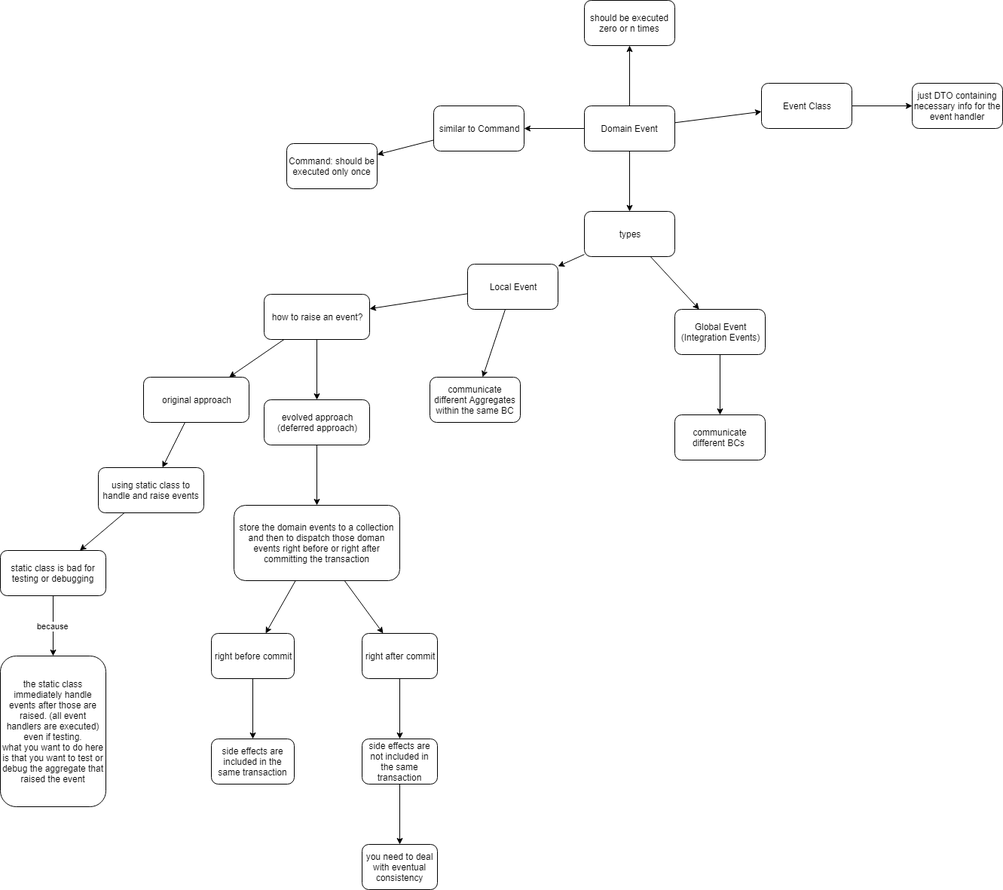
The draw.io diagram DDD_Domain_Event_Overview.PNG in stsiwo/ddd_concept, before a commit. Source tidied: cells renumbered, new cells last; positions are measured from the earlier drawing's top-left corner, leaving out a move shared by most shapes.
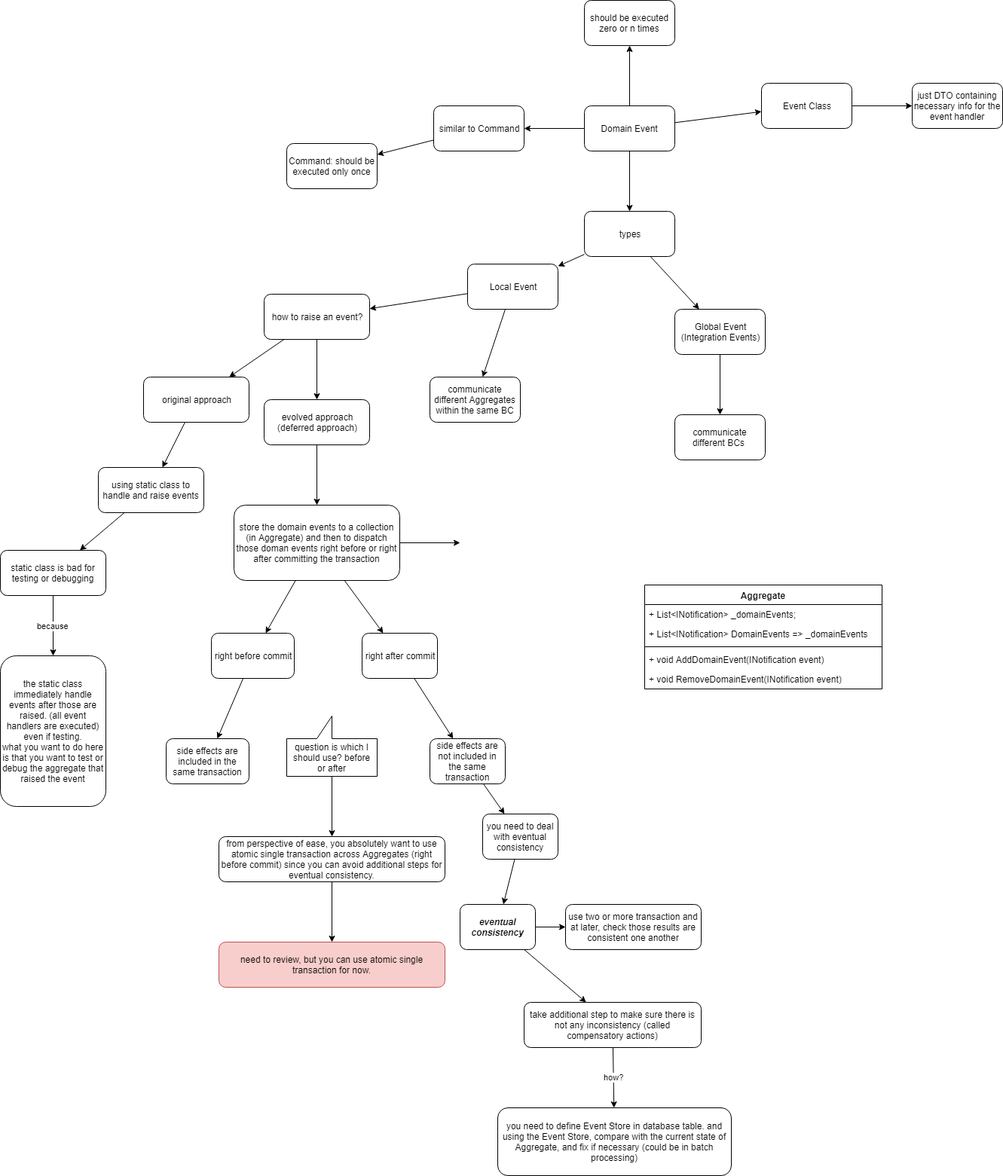
Later version of the same file.

The edit, as a diff of the source:
```diff
@@ -77,7 +77,12 @@
     <mxCell id="26" style="edgeStyle=none;rounded=0;jettySize=auto;html=1;" parent="1" edge="1" source="27" target="43">
       <mxGeometry relative="1" as="geometry" />
     </mxCell>
+    <mxCell id="47" style="edgeStyle=none;rounded=0;jettySize=auto;html=1;" parent="1" edge="1" source="27">
+      <mxGeometry relative="1" as="geometry">
+        <mxPoint x="610" y="720" as="targetPoint" />
+      </mxGeometry>
+    </mxCell>
-    <mxCell id="27" value="store the domain events to a collection and then to dispatch those doman events right before or right after committing the transaction" style="rounded=1;whiteSpace=wrap;html=1;" parent="1" vertex="1">
+    <mxCell id="27" value="store the domain events to a collection (in Aggregate) and then to dispatch those doman events right before or right after committing the transaction" style="rounded=1;whiteSpace=wrap;html=1;" parent="1" vertex="1">
       <mxGeometry x="310" y="670" width="220" height="100" as="geometry" />
     </mxCell>
     <mxCell id="28" style="edgeStyle=none;rounded=0;jettySize=auto;html=1;" parent="1" edge="1" source="29" target="30">
@@ -87,7 +92,7 @@
       <mxGeometry x="280" y="840" width="110" height="60" as="geometry" />
     </mxCell>
     <mxCell id="30" value="side effects are included in the same transaction" style="rounded=1;whiteSpace=wrap;html=1;" parent="1" vertex="1">
-      <mxGeometry x="280" y="980" width="110" height="60" as="geometry" />
+      <mxGeometry x="220" y="980" width="110" height="60" as="geometry" />
     </mxCell>
     <mxCell id="31" style="edgeStyle=none;rounded=0;jettySize=auto;html=1;" parent="1" edge="1" source="32" target="34">
       <mxGeometry relative="1" as="geometry" />
@@ -132,10 +137,67 @@
       <mxGeometry relative="1" as="geometry" />
     </mxCell>
     <mxCell id="45" value="side effects are not included in the same transaction" style="rounded=1;whiteSpace=wrap;html=1;" parent="1" vertex="1">
-      <mxGeometry x="480" y="980" width="100" height="60" as="geometry" />
+      <mxGeometry x="570" y="980" width="100" height="60" as="geometry" />
     </mxCell>
+    <mxCell id="48" style="edgeStyle=none;rounded=0;jettySize=auto;html=1;" parent="1" edge="1" source="46" target="51">
+      <mxGeometry relative="1" as="geometry" />
+    </mxCell>
     <mxCell id="46" value="you need to deal with eventual consistency" style="rounded=1;whiteSpace=wrap;html=1;" parent="1" vertex="1">
-      <mxGeometry x="480" y="1120" width="100" height="60" as="geometry" />
+      <mxGeometry x="640" y="1080" width="100" height="60" as="geometry" />
     </mxCell>
+    <mxCell id="49" style="edgeStyle=none;rounded=0;jettySize=auto;html=1;" parent="1" edge="1" source="51" target="61">
+      <mxGeometry relative="1" as="geometry" />
+    </mxCell>
+    <mxCell id="50" style="edgeStyle=none;rounded=0;jettySize=auto;html=1;" parent="1" edge="1" source="51" target="53">
+      <mxGeometry relative="1" as="geometry" />
+    </mxCell>
+    <mxCell id="51" value="&lt;b&gt;&lt;i&gt;eventual consistency&lt;/i&gt;&lt;/b&gt;" style="rounded=1;whiteSpace=wrap;html=1;" parent="1" vertex="1">
+      <mxGeometry x="610" y="1200" width="100" height="60" as="geometry" />
+    </mxCell>
+    <mxCell id="52" value="how?" style="edgeStyle=none;rounded=0;jettySize=auto;html=1;" parent="1" edge="1" source="53" target="54">
+      <mxGeometry relative="1" as="geometry" />
+    </mxCell>
+    <mxCell id="53" value="take additional step to make sure there is not any inconsistency (called compensatory actions)" style="rounded=1;whiteSpace=wrap;html=1;" parent="1" vertex="1">
+      <mxGeometry x="695" y="1330" width="235" height="60" as="geometry" />
+    </mxCell>
+    <mxCell id="54" value="you need to define Event Store in database table. and using the Event Store, compare with the current state of Aggregate, and fix if necessary (could be in batch processing)" style="rounded=1;whiteSpace=wrap;html=1;" parent="1" vertex="1">
+      <mxGeometry x="660" y="1470" width="310" height="90" as="geometry" />
+    </mxCell>
+    <mxCell id="55" value="Aggregate" style="swimlane;fontStyle=1;align=center;verticalAlign=top;horizontal=1;startSize=26;" parent="1" vertex="1">
+      <mxGeometry x="855" y="776" width="315" height="138" as="geometry" />
+    </mxCell>
+    <mxCell id="56" value="+ List&lt;INotification&gt; _domainEvents;&#10;" style="text;strokeColor=none;fillColor=none;align=left;verticalAlign=top;spacingLeft=4;spacingRight=4;overflow=hidden;" parent="55" vertex="1">
+      <mxGeometry y="26" width="315" height="26" as="geometry" />
+    </mxCell>
+    <mxCell id="57" value="+ List&lt;INotification&gt; DomainEvents =&gt; _domainEvents&#10;" style="text;strokeColor=none;fillColor=none;align=left;verticalAlign=top;spacingLeft=4;spacingRight=4;overflow=hidden;" parent="55" vertex="1">
+      <mxGeometry y="52" width="315" height="26" as="geometry" />
+    </mxCell>
+    <mxCell id="58" style="line;strokeWidth=1;fillColor=none;align=left;verticalAlign=middle;spacingTop=-1;spacingLeft=3;spacingRight=3;labelPosition=right;" parent="55" vertex="1">
+      <mxGeometry y="78" width="315" height="8" as="geometry" />
+    </mxCell>
+    <mxCell id="59" value="+ void AddDomainEvent(INotification event)" style="text;strokeColor=none;fillColor=none;align=left;verticalAlign=top;spacingLeft=4;spacingRight=4;overflow=hidden;" parent="55" vertex="1">
+      <mxGeometry y="86" width="315" height="26" as="geometry" />
+    </mxCell>
+    <mxCell id="60" value="+ void RemoveDomainEvent(INotification event)" style="text;strokeColor=none;fillColor=none;align=left;verticalAlign=top;spacingLeft=4;spacingRight=4;overflow=hidden;" parent="55" vertex="1">
+      <mxGeometry y="112" width="315" height="26" as="geometry" />
+    </mxCell>
+    <mxCell id="61" value="use two or more transaction and at later, check those results are consistent one another" style="rounded=1;whiteSpace=wrap;html=1;" parent="1" vertex="1">
+      <mxGeometry x="750" y="1200" width="180" height="60" as="geometry" />
+    </mxCell>
+    <mxCell id="62" style="edgeStyle=none;rounded=0;jettySize=auto;html=1;" parent="1" edge="1" source="63" target="65">
+      <mxGeometry relative="1" as="geometry" />
+    </mxCell>
+    <mxCell id="63" value="question is which I should use? before or after" style="shape=callout;whiteSpace=wrap;html=1;perimeter=calloutPerimeter;direction=west;" parent="1" vertex="1">
+      <mxGeometry x="380" y="950" width="120" height="80" as="geometry" />
+    </mxCell>
+    <mxCell id="64" style="edgeStyle=none;rounded=0;jettySize=auto;html=1;" parent="1" edge="1" source="65" target="66">
+      <mxGeometry relative="1" as="geometry" />
+    </mxCell>
+    <mxCell id="65" value="from perspective of ease, you absolutely want to use atomic single transaction across Aggregates (right before commit) since you can avoid additional steps for eventual consistency." style="rounded=1;whiteSpace=wrap;html=1;" parent="1" vertex="1">
+      <mxGeometry x="290" y="1110" width="300" height="60" as="geometry" />
+    </mxCell>
+    <mxCell id="66" value="need to review, but you can use atomic single transaction for now." style="rounded=1;whiteSpace=wrap;html=1;fillColor=#f8cecc;strokeColor=#b85450;" parent="1" vertex="1">
+      <mxGeometry x="290" y="1250" width="300" height="60" as="geometry" />
+    </mxCell>
   </root>
 </mxGraphModel>
```
